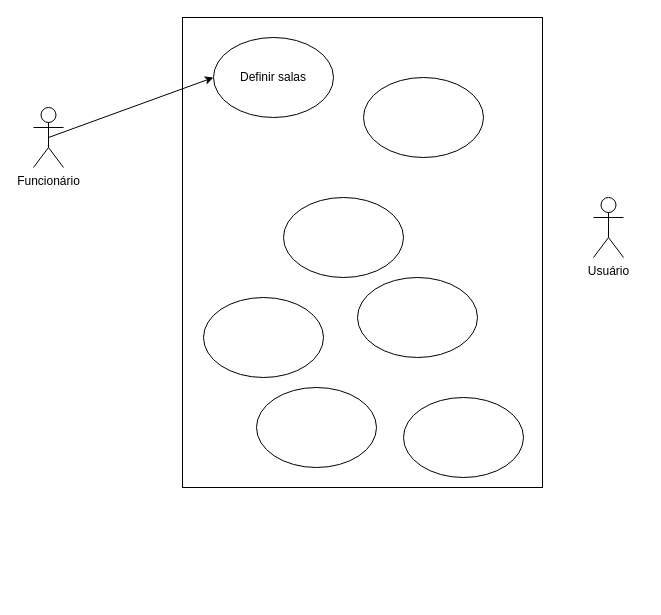
This is devolução.drawio from Mendeiros/SAModelagemDeSistemas, a draw.io file, before an edit. Source tidied: cells renumbered, new cells numbered last; positions are measured from the earlier drawing's top-left corner, leaving out a move shared by most shapes. Both pictures are drawn from the tidied source at 100%, with x=0, y=0 at pixel (33, 17).
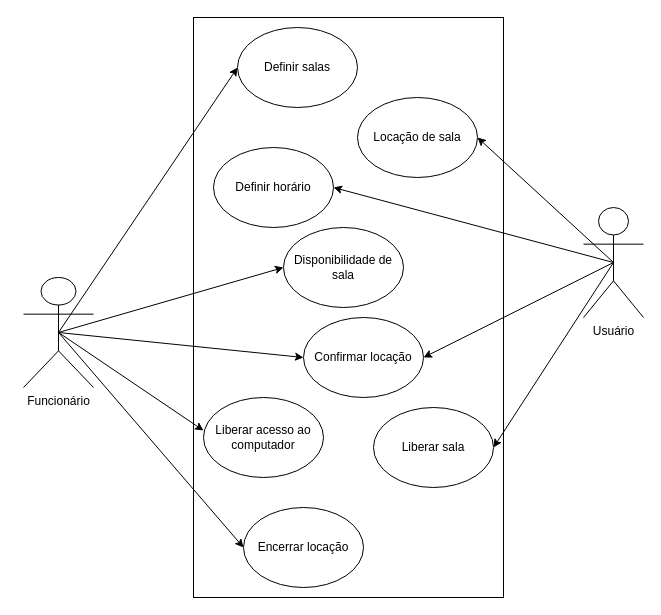
The same page after the edit.

Diff of the diagram source:
```diff
@@
     <mxCell id="2" style="rounded=0;whiteSpace=wrap;html=1;" parent="1" vertex="1">
-      <mxGeometry x="149" width="360" height="470" as="geometry" />
+      <mxGeometry x="160" width="310" height="580" as="geometry" />
     </mxCell>
-    <mxCell id="3" style="ellipse;whiteSpace=wrap;html=1;" parent="1" vertex="1">
-      <mxGeometry x="250" y="180" width="120" height="80" as="geometry" />
+    <mxCell id="3" value="Confirmar locação" style="ellipse;whiteSpace=wrap;html=1;" parent="1" vertex="1">
+      <mxGeometry x="270" y="300" width="120" height="80" as="geometry" />
     </mxCell>
-    <mxCell id="4" style="ellipse;whiteSpace=wrap;html=1;" parent="1" vertex="1">
-      <mxGeometry x="324" y="260" width="120" height="80" as="geometry" />
+    <mxCell id="4" value="Disponibilidade de sala" style="ellipse;whiteSpace=wrap;html=1;" parent="1" vertex="1">
+      <mxGeometry x="250" y="210" width="120" height="80" as="geometry" />
     </mxCell>
-    <mxCell id="5" style="ellipse;whiteSpace=wrap;html=1;" parent="1" vertex="1">
-      <mxGeometry x="370" y="380" width="120" height="80" as="geometry" />
+    <mxCell id="5" value="Liberar sala" style="ellipse;whiteSpace=wrap;html=1;" parent="1" vertex="1">
+      <mxGeometry x="340" y="390" width="120" height="80" as="geometry" />
     </mxCell>
-    <mxCell id="6" style="ellipse;whiteSpace=wrap;html=1;" parent="1" vertex="1">
-      <mxGeometry x="330" y="60" width="120" height="80" as="geometry" />
+    <mxCell id="6" value="Locação de sala" style="ellipse;whiteSpace=wrap;html=1;" parent="1" vertex="1">
+      <mxGeometry x="324" y="80" width="120" height="80" as="geometry" />
     </mxCell>
     <mxCell id="7" value="Definir salas " style="ellipse;whiteSpace=wrap;html=1;" parent="1" vertex="1">
-      <mxGeometry x="180" y="20" width="120" height="80" as="geometry" />
+      <mxGeometry x="204" y="10" width="120" height="80" as="geometry" />
     </mxCell>
-    <mxCell id="8" style="ellipse;whiteSpace=wrap;html=1;" parent="1" vertex="1">
-      <mxGeometry x="170" y="280" width="120" height="80" as="geometry" />
+    <mxCell id="8" value="Definir horário" style="ellipse;whiteSpace=wrap;html=1;" parent="1" vertex="1">
+      <mxGeometry x="180" y="130" width="120" height="80" as="geometry" />
     </mxCell>
-    <mxCell id="9" style="ellipse;whiteSpace=wrap;html=1;" parent="1" vertex="1">
-      <mxGeometry x="223" y="370" width="120" height="80" as="geometry" />
+    <mxCell id="9" value="Liberar acesso ao computador" style="ellipse;whiteSpace=wrap;html=1;" parent="1" vertex="1">
+      <mxGeometry x="170" y="380" width="120" height="80" as="geometry" />
     </mxCell>
@@
+    <mxCell id="13" style="rounded=0;jettySize=auto;html=1;exitX=0.5;exitY=0.5;exitDx=0;exitDy=0;exitPerimeter=0;entryX=0;entryY=0.5;entryDx=0;entryDy=0;" parent="1" edge="1" source="11" target="3">
+      <mxGeometry relative="1" as="geometry" />
+    </mxCell>
+    <mxCell id="14" style="rounded=0;jettySize=auto;html=1;exitX=0.5;exitY=0.5;exitDx=0;exitDy=0;exitPerimeter=0;entryX=1;entryY=0.5;entryDx=0;entryDy=0;" parent="1" edge="1" source="12" target="8">
+      <mxGeometry relative="1" as="geometry" />
+    </mxCell>
+    <mxCell id="15" style="rounded=0;jettySize=auto;html=1;exitX=0.5;exitY=0.5;exitDx=0;exitDy=0;exitPerimeter=0;entryX=0;entryY=0.5;entryDx=0;entryDy=0;" parent="1" edge="1" source="11" target="4">
+      <mxGeometry relative="1" as="geometry" />
+    </mxCell>
+    <mxCell id="16" style="rounded=0;jettySize=auto;html=1;exitX=0.5;exitY=0.5;exitDx=0;exitDy=0;exitPerimeter=0;entryX=0;entryY=0.5;entryDx=0;entryDy=0;" parent="1" edge="1" source="11" target="21">
+      <mxGeometry relative="1" as="geometry" />
+    </mxCell>
     <mxCell id="11" value="Funcionário" style="shape=umlActor;verticalLabelPosition=bottom;verticalAlign=top;html=1;outlineConnect=0;" parent="1" vertex="1">
-      <mxGeometry y="90" width="30" height="60" as="geometry" />
+      <mxGeometry x="-10" y="260" width="70" height="110" as="geometry" />
     </mxCell>
+    <mxCell id="17" style="rounded=0;jettySize=auto;html=1;exitX=0.5;exitY=0.5;exitDx=0;exitDy=0;exitPerimeter=0;entryX=1;entryY=0.5;entryDx=0;entryDy=0;" parent="1" edge="1" source="12" target="6">
+      <mxGeometry relative="1" as="geometry" />
+    </mxCell>
+    <mxCell id="18" style="rounded=0;jettySize=auto;html=1;exitX=0.5;exitY=0.5;exitDx=0;exitDy=0;exitPerimeter=0;entryX=1;entryY=0.5;entryDx=0;entryDy=0;" parent="1" edge="1" source="12" target="3">
+      <mxGeometry relative="1" as="geometry" />
+    </mxCell>
+    <mxCell id="19" style="rounded=0;jettySize=auto;html=1;exitX=0.5;exitY=0.5;exitDx=0;exitDy=0;exitPerimeter=0;entryX=1;entryY=0.5;entryDx=0;entryDy=0;" parent="1" edge="1" source="12" target="5">
+      <mxGeometry relative="1" as="geometry" />
+    </mxCell>
     <mxCell id="12" value="Usuário" style="shape=umlActor;verticalLabelPosition=bottom;verticalAlign=top;html=1;outlineConnect=0;" parent="1" vertex="1">
-      <mxGeometry x="560" y="180" width="30" height="60" as="geometry" />
+      <mxGeometry x="550" y="190" width="60" height="110" as="geometry" />
     </mxCell>
+    <mxCell id="20" style="rounded=0;jettySize=auto;html=1;exitX=0.5;exitY=0.5;exitDx=0;exitDy=0;exitPerimeter=0;entryX=0;entryY=0.413;entryDx=0;entryDy=0;entryPerimeter=0;" parent="1" edge="1" source="11" target="9">
+      <mxGeometry relative="1" as="geometry" />
+    </mxCell>
+    <mxCell id="21" value="Encerrar locação" style="ellipse;whiteSpace=wrap;html=1;" parent="1" vertex="1">
+      <mxGeometry x="210" y="490" width="120" height="80" as="geometry" />
+    </mxCell>
```
